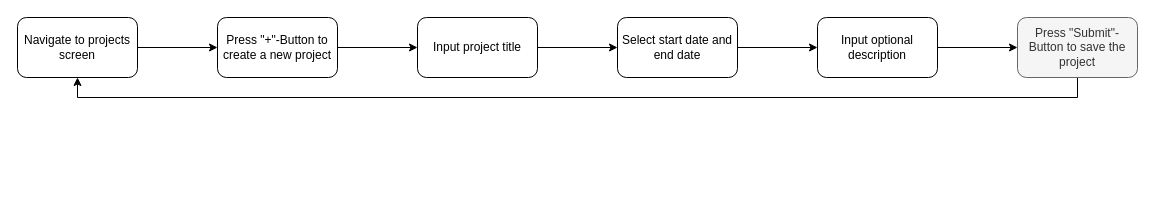
Before: ux/userflow_new_project.drawio in robbeCoded/KMP_Timetracking, a draw.io diagram. Source tidied: cells renumbered, new cells numbered last; positions are measured from the earlier drawing's top-left corner, leaving out a move shared by most shapes. Both pictures are drawn from the tidied source at 100%, with x=0, y=0 at pixel (17, 17).
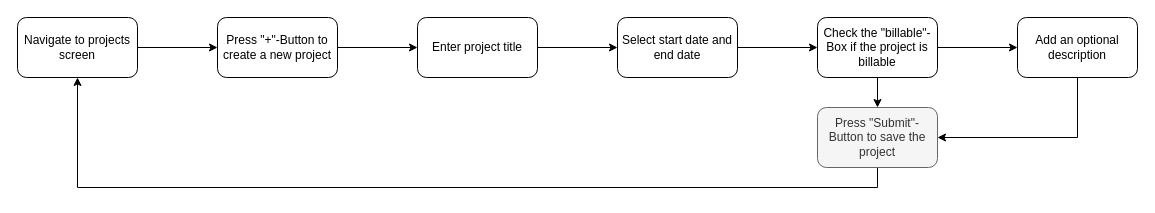
The same diagram, later.

The edit, as a diff of the source:
```diff
@@
 <mxGraphModel>
   <root>
     <mxCell id="0" />
     <mxCell id="1" parent="0" />
     <mxCell id="2" style="edgeStyle=orthogonalEdgeStyle;rounded=0;jettySize=auto;html=1;" parent="1" edge="1" source="3" target="5">
       <mxGeometry relative="1" as="geometry" />
     </mxCell>
     <mxCell id="3" value="Navigate to projects screen" style="rounded=1;whiteSpace=wrap;html=1;" parent="1" vertex="1">
       <mxGeometry width="120" height="60" as="geometry" />
     </mxCell>
     <mxCell id="4" style="edgeStyle=orthogonalEdgeStyle;rounded=0;jettySize=auto;html=1;" parent="1" edge="1" source="5" target="7">
       <mxGeometry relative="1" as="geometry" />
     </mxCell>
     <mxCell id="5" value="Press &quot;+&quot;-Button to create a new project" style="whiteSpace=wrap;html=1;rounded=1;" parent="1" vertex="1">
       <mxGeometry x="200" width="120" height="60" as="geometry" />
     </mxCell>
     <mxCell id="6" style="edgeStyle=orthogonalEdgeStyle;rounded=0;jettySize=auto;html=1;" parent="1" edge="1" source="7" target="9">
       <mxGeometry relative="1" as="geometry" />
     </mxCell>
-    <mxCell id="7" value="Input project title" style="whiteSpace=wrap;html=1;rounded=1;" parent="1" vertex="1">
+    <mxCell id="7" value="Enter project title" style="whiteSpace=wrap;html=1;rounded=1;" parent="1" vertex="1">
       <mxGeometry x="400" width="120" height="60" as="geometry" />
     </mxCell>
     <mxCell id="8" style="edgeStyle=orthogonalEdgeStyle;rounded=0;jettySize=auto;html=1;" parent="1" edge="1" source="9" target="11">
       <mxGeometry relative="1" as="geometry" />
     </mxCell>
     <mxCell id="9" value="Select start date and end date" style="whiteSpace=wrap;html=1;rounded=1;" parent="1" vertex="1">
       <mxGeometry x="600" width="120" height="60" as="geometry" />
     </mxCell>
     <mxCell id="10" style="edgeStyle=orthogonalEdgeStyle;rounded=0;jettySize=auto;html=1;" parent="1" edge="1" source="11" target="13">
       <mxGeometry relative="1" as="geometry" />
     </mxCell>
+    <mxCell id="14" style="edgeStyle=orthogonalEdgeStyle;rounded=0;jettySize=auto;html=1;" parent="1" edge="1" source="11" target="16">
+      <mxGeometry relative="1" as="geometry" />
+    </mxCell>
-    <mxCell id="11" value="Input optional description" style="whiteSpace=wrap;html=1;rounded=1;" parent="1" vertex="1">
+    <mxCell id="11" value="Check the &quot;billable&quot;-Box if the project is billable" style="whiteSpace=wrap;html=1;rounded=1;" parent="1" vertex="1">
       <mxGeometry x="800" width="120" height="60" as="geometry" />
     </mxCell>
     <mxCell id="12" style="edgeStyle=orthogonalEdgeStyle;rounded=0;jettySize=auto;html=1;exitX=0.5;exitY=1;exitDx=0;exitDy=0;entryX=0.5;entryY=1;entryDx=0;entryDy=0;" parent="1" edge="1" source="13" target="3">
       <mxGeometry relative="1" as="geometry" />
     </mxCell>
     <mxCell id="13" value="Press &quot;Submit&quot;-Button to save the project" style="whiteSpace=wrap;html=1;rounded=1;fillColor=#f5f5f5;fontColor=#333333;strokeColor=#666666;" parent="1" vertex="1">
-      <mxGeometry x="1000" width="120" height="60" as="geometry" />
+      <mxGeometry x="800" y="90" width="120" height="60" as="geometry" />
     </mxCell>
+    <mxCell id="15" style="edgeStyle=orthogonalEdgeStyle;rounded=0;jettySize=auto;html=1;exitX=0.5;exitY=1;exitDx=0;exitDy=0;entryX=1;entryY=0.5;entryDx=0;entryDy=0;" parent="1" edge="1" source="16" target="13">
+      <mxGeometry relative="1" as="geometry" />
+    </mxCell>
+    <mxCell id="16" value="Add an optional description" style="whiteSpace=wrap;html=1;rounded=1;" parent="1" vertex="1">
+      <mxGeometry x="1000" width="120" height="60" as="geometry" />
+    </mxCell>
   </root>
 </mxGraphModel>
```
